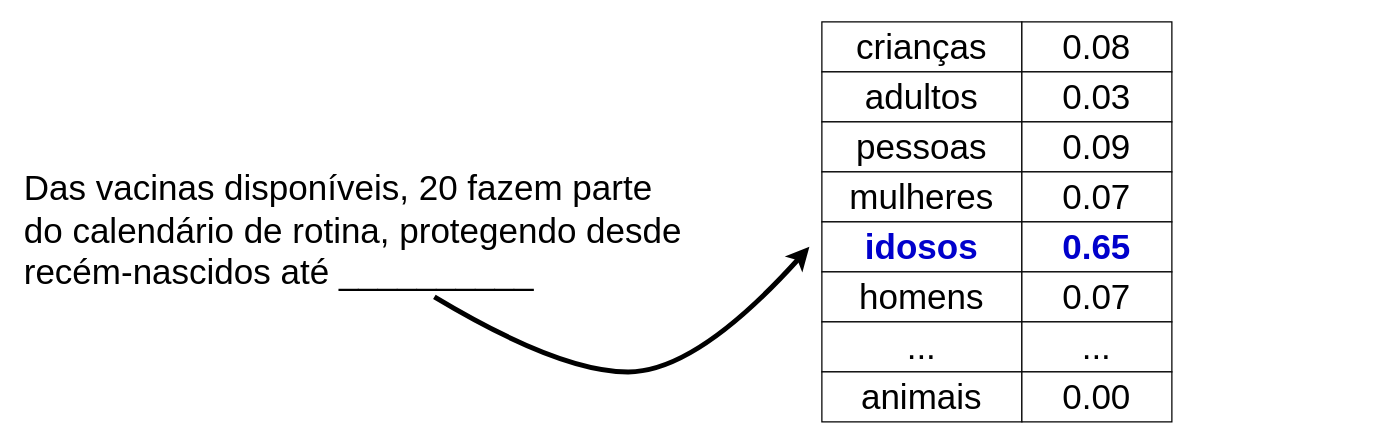
viniciusrpb/drawio_flowcharts keeps this draw.io diagram as sarue_llm.drawio. Above is the earlier version. Source tidied: cells renumbered, new cells numbered last; positions are measured from the earlier drawing's top-left corner, leaving out a move shared by most shapes. Both pictures are drawn from the tidied source at 125%, with x=0, y=0 at pixel (21, 21).
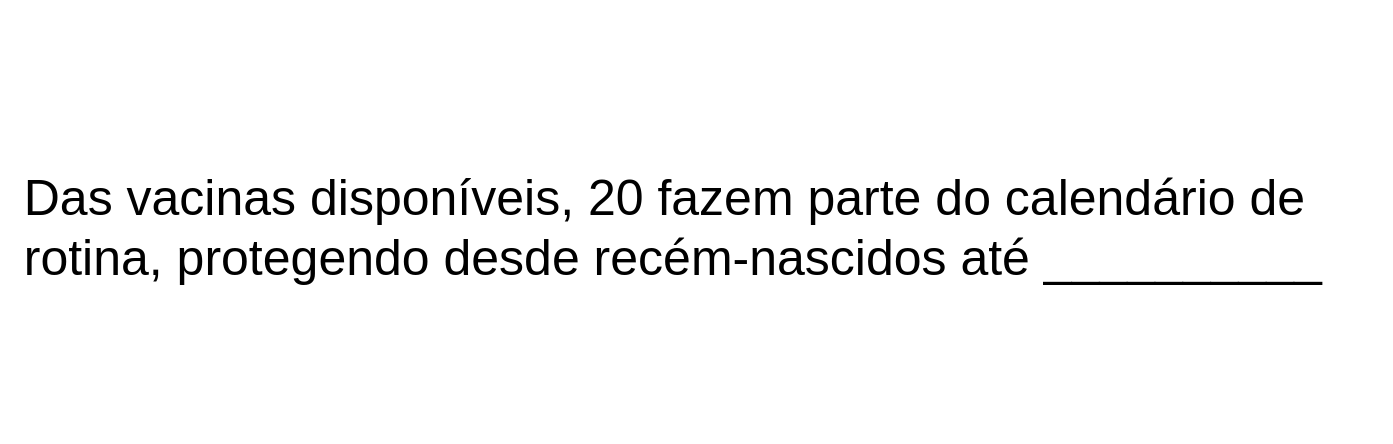
Above is the later version.

The edit, as a diff of the source:
```diff
@@
-    <mxCell id="2" value="&lt;span style=&quot;font-style: normal; font-variant-ligatures: normal; font-variant-caps: normal; font-weight: 300; letter-spacing: normal; orphans: 2; text-align: justify; text-indent: 0px; text-transform: none; widows: 2; word-spacing: 0px; -webkit-text-stroke-width: 0px; white-space: normal; text-decoration-thickness: initial; text-decoration-style: initial; text-decoration-color: initial; float: none; display: inline !important;&quot;&gt;&lt;font style=&quot;font-size: 28px;&quot;&gt;Das vacinas disponíveis, 20 fazem parte do calendário de rotina, protegendo desde recém-nascidos até __________&lt;/font&gt;&lt;/span&gt;" style="text;whiteSpace=wrap;html=1;labelBackgroundColor=none;fontFamily=Helvetica;fontColor=#000000;" parent="1" vertex="1">
-      <mxGeometry y="110" width="530" height="60" as="geometry" />
+    <mxCell id="2" value="&lt;span style=&quot;font-style: normal; font-variant-ligatures: normal; font-variant-caps: normal; font-weight: 300; letter-spacing: normal; orphans: 2; text-align: justify; text-indent: 0px; text-transform: none; widows: 2; word-spacing: 0px; -webkit-text-stroke-width: 0px; white-space: normal; text-decoration-thickness: initial; text-decoration-style: initial; text-decoration-color: initial; float: none; display: inline !important;&quot;&gt;&lt;font&gt;Das vacinas disponíveis, 20 fazem parte do calendário de rotina, protegendo desde recém-nascidos até __________&lt;/font&gt;&lt;/span&gt;" style="text;whiteSpace=wrap;html=1;labelBackgroundColor=none;fontFamily=Helvetica;fontColor=#000000;fontSize=40;" parent="1" vertex="1">
+      <mxGeometry y="110" width="1080" height="210" as="geometry" />
     </mxCell>
-    <mxCell id="3" value="crianças" style="rounded=0;whiteSpace=wrap;html=1;fontSize=28;" parent="1" vertex="1">
-      <mxGeometry x="640" width="160" height="40" as="geometry" />
-    </mxCell>
-    <mxCell id="4" value="adultos" style="rounded=0;whiteSpace=wrap;html=1;fontSize=28;" parent="1" vertex="1">
-      <mxGeometry x="640" y="40" width="160" height="40" as="geometry" />
-    </mxCell>
-    <mxCell id="5" value="pessoas" style="rounded=0;whiteSpace=wrap;html=1;fontSize=28;" parent="1" vertex="1">
-      <mxGeometry x="640" y="80" width="160" height="40" as="geometry" />
-    </mxCell>
-    <mxCell id="6" value="mulheres" style="rounded=0;whiteSpace=wrap;html=1;fontSize=28;" parent="1" vertex="1">
-      <mxGeometry x="640" y="120" width="160" height="40" as="geometry" />
-    </mxCell>
-    <mxCell id="7" value="&lt;span&gt;idosos&lt;/span&gt;" style="rounded=0;whiteSpace=wrap;html=1;fontSize=28;fontStyle=1;fontColor=#0000CC;" parent="1" vertex="1">
-      <mxGeometry x="640" y="160" width="160" height="40" as="geometry" />
-    </mxCell>
-    <mxCell id="8" value="homens" style="rounded=0;whiteSpace=wrap;html=1;fontSize=28;" parent="1" vertex="1">
-      <mxGeometry x="640" y="200" width="160" height="40" as="geometry" />
-    </mxCell>
-    <mxCell id="9" value="0.08" style="rounded=0;whiteSpace=wrap;html=1;fontSize=28;" parent="1" vertex="1">
-      <mxGeometry x="800" width="120" height="40" as="geometry" />
-    </mxCell>
-    <mxCell id="10" value="0.03" style="rounded=0;whiteSpace=wrap;html=1;fontSize=28;" parent="1" vertex="1">
-      <mxGeometry x="800" y="40" width="120" height="40" as="geometry" />
-    </mxCell>
-    <mxCell id="11" value="0.09" style="rounded=0;whiteSpace=wrap;html=1;fontSize=28;" parent="1" vertex="1">
-      <mxGeometry x="800" y="80" width="120" height="40" as="geometry" />
-    </mxCell>
-    <mxCell id="12" value="0.07" style="rounded=0;whiteSpace=wrap;html=1;fontSize=28;" parent="1" vertex="1">
-      <mxGeometry x="800" y="120" width="120" height="40" as="geometry" />
-    </mxCell>
-    <mxCell id="13" value="&lt;span&gt;0.65&lt;/span&gt;" style="rounded=0;whiteSpace=wrap;html=1;fontSize=28;fontStyle=1;fontColor=#0000CC;" parent="1" vertex="1">
-      <mxGeometry x="800" y="160" width="120" height="40" as="geometry" />
-    </mxCell>
-    <mxCell id="14" value="0.07" style="rounded=0;whiteSpace=wrap;html=1;fontSize=28;" parent="1" vertex="1">
-      <mxGeometry x="800" y="200" width="120" height="40" as="geometry" />
-    </mxCell>
-    <mxCell id="15" value="..." style="rounded=0;whiteSpace=wrap;html=1;fontSize=28;" parent="1" vertex="1">
-      <mxGeometry x="640" y="240" width="160" height="40" as="geometry" />
-    </mxCell>
-    <mxCell id="16" value="..." style="rounded=0;whiteSpace=wrap;html=1;fontSize=28;" parent="1" vertex="1">
-      <mxGeometry x="800" y="240" width="120" height="40" as="geometry" />
-    </mxCell>
-    <mxCell id="17" value="animais" style="rounded=0;whiteSpace=wrap;html=1;fontSize=28;" parent="1" vertex="1">
-      <mxGeometry x="640" y="280" width="160" height="40" as="geometry" />
-    </mxCell>
-    <mxCell id="18" value="0.00" style="rounded=0;whiteSpace=wrap;html=1;fontSize=28;" parent="1" vertex="1">
-      <mxGeometry x="800" y="280" width="120" height="40" as="geometry" />
-    </mxCell>
-    <mxCell id="19" style="curved=1;endArrow=classic;html=1;rounded=0;strokeWidth=4;" parent="1" edge="1">
-      <mxGeometry relative="1" as="geometry">
-        <mxPoint x="330" y="220" as="sourcePoint" />
-        <mxPoint x="630" y="180" as="targetPoint" />
-        <Array as="points">
-          <mxPoint x="430" y="280" />
-          <mxPoint x="540" y="280" />
-        </Array>
-      </mxGeometry>
-    </mxCell>
```
